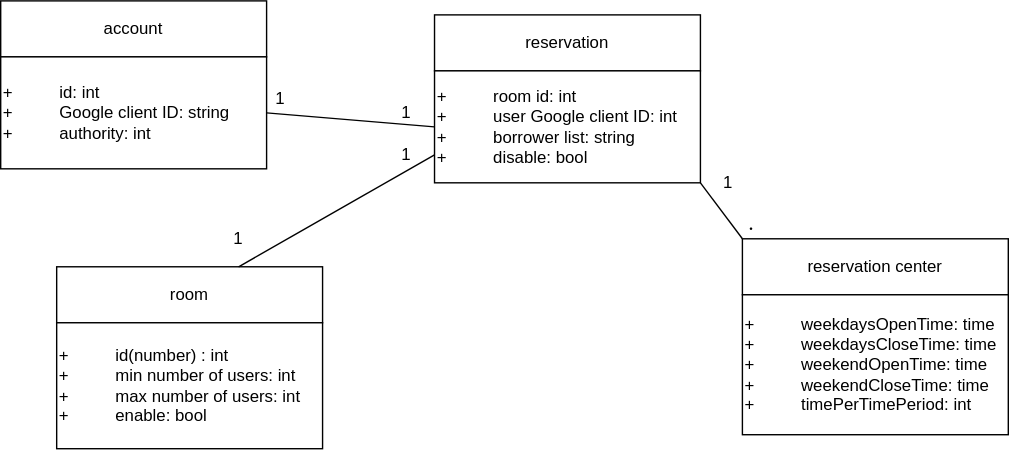
Earlier version of the draw.io export Drawio/D_9.drawio.svg (CCCpeggy/Reservatio-system). Source tidied: cells renumbered, new cells last; positions are measured from the earlier drawing's top-left corner, leaving out a move shared by most shapes. Its diagram source:
```xml
<mxGraphModel>
  <root>
    <mxCell id="0" />
    <mxCell id="1" parent="0" />
    <mxCell id="2" value="account" style="rounded=0;whiteSpace=wrap;html=1;" parent="1" vertex="1">
      <mxGeometry width="190" height="40" as="geometry" />
    </mxCell>
    <mxCell id="3" style="edgeStyle=none;rounded=0;jettySize=auto;html=1;exitX=1;exitY=0.5;exitDx=0;exitDy=0;entryX=0;entryY=0.5;entryDx=0;entryDy=0;endArrow=none;endFill=0;" parent="1" edge="1" source="4" target="10">
      <mxGeometry relative="1" as="geometry" />
    </mxCell>
    <mxCell id="4" value="+&amp;nbsp; &amp;nbsp; &amp;nbsp; &amp;nbsp; &amp;nbsp; id: int&lt;br&gt;&lt;div&gt;&lt;span&gt;+&amp;nbsp; &amp;nbsp; &amp;nbsp; &amp;nbsp; &amp;nbsp; Google client ID: string&lt;/span&gt;&lt;/div&gt;+&amp;nbsp; &amp;nbsp; &amp;nbsp; &amp;nbsp; &amp;nbsp; authority: int" style="rounded=0;whiteSpace=wrap;html=1;align=left;" parent="1" vertex="1">
      <mxGeometry y="40" width="190" height="80" as="geometry" />
    </mxCell>
    <mxCell id="5" value="room" style="rounded=0;whiteSpace=wrap;html=1;" parent="1" vertex="1">
      <mxGeometry x="40" y="190" width="190" height="40" as="geometry" />
    </mxCell>
    <mxCell id="6" value="+&amp;nbsp; &amp;nbsp; &amp;nbsp; &amp;nbsp; &amp;nbsp; id(number) : int&lt;br&gt;&lt;div&gt;&lt;span&gt;+&amp;nbsp; &amp;nbsp; &amp;nbsp; &amp;nbsp; &amp;nbsp; min number of users: int&lt;/span&gt;&lt;/div&gt;+&amp;nbsp; &amp;nbsp; &amp;nbsp; &amp;nbsp; &amp;nbsp; max number of users: int&lt;br&gt;+&amp;nbsp; &amp;nbsp; &amp;nbsp; &amp;nbsp; &amp;nbsp; enable: bool" style="rounded=0;whiteSpace=wrap;html=1;align=left;" parent="1" vertex="1">
      <mxGeometry x="40" y="230" width="190" height="90" as="geometry" />
    </mxCell>
    <mxCell id="7" value="reservation" style="rounded=0;whiteSpace=wrap;html=1;" parent="1" vertex="1">
      <mxGeometry x="310" y="10" width="190" height="40" as="geometry" />
    </mxCell>
    <mxCell id="8" style="rounded=0;jettySize=auto;html=1;exitX=1;exitY=1;exitDx=0;exitDy=0;entryX=0;entryY=0;entryDx=0;entryDy=0;endArrow=none;endFill=0;" parent="1" edge="1" source="10" target="11">
      <mxGeometry relative="1" as="geometry" />
    </mxCell>
    <mxCell id="9" style="edgeStyle=none;rounded=0;jettySize=auto;html=1;exitX=0;exitY=0.75;exitDx=0;exitDy=0;endArrow=none;endFill=0;" parent="1" edge="1" source="10" target="5">
      <mxGeometry relative="1" as="geometry" />
    </mxCell>
    <mxCell id="10" value="+&amp;nbsp; &amp;nbsp; &amp;nbsp; &amp;nbsp; &amp;nbsp; room id: int&lt;br&gt;&lt;div&gt;&lt;span&gt;+&amp;nbsp; &amp;nbsp; &amp;nbsp; &amp;nbsp; &amp;nbsp; user Google client ID: int&lt;/span&gt;&lt;/div&gt;&lt;div&gt;&lt;span&gt;+&amp;nbsp; &amp;nbsp; &amp;nbsp; &amp;nbsp; &amp;nbsp; borrower list: string&lt;/span&gt;&lt;/div&gt;&lt;div&gt;&lt;span&gt;+&amp;nbsp; &amp;nbsp; &amp;nbsp; &amp;nbsp; &amp;nbsp; disable: bool&lt;/span&gt;&lt;/div&gt;" style="rounded=0;whiteSpace=wrap;html=1;align=left;" parent="1" vertex="1">
      <mxGeometry x="310" y="50" width="190" height="80" as="geometry" />
    </mxCell>
    <mxCell id="11" value="reservation center" style="rounded=0;whiteSpace=wrap;html=1;" parent="1" vertex="1">
      <mxGeometry x="530" y="170" width="190" height="40" as="geometry" />
    </mxCell>
    <mxCell id="12" value="+&amp;nbsp; &amp;nbsp; &amp;nbsp; &amp;nbsp; &amp;nbsp; weekdaysOpenTime: time&lt;br&gt;+&amp;nbsp; &amp;nbsp; &amp;nbsp; &amp;nbsp; &amp;nbsp; weekdaysCloseTime: time&lt;br&gt;+&amp;nbsp; &amp;nbsp; &amp;nbsp; &amp;nbsp; &amp;nbsp; weekendOpenTime: time&lt;br&gt;+&amp;nbsp; &amp;nbsp; &amp;nbsp; &amp;nbsp; &amp;nbsp; weekendCloseTime: time&lt;br&gt;+&amp;nbsp; &amp;nbsp; &amp;nbsp; &amp;nbsp; &amp;nbsp; timePerTimePeriod: int" style="rounded=0;whiteSpace=wrap;html=1;align=left;" parent="1" vertex="1">
      <mxGeometry x="530" y="210" width="190" height="100" as="geometry" />
    </mxCell>
    <mxCell id="13" value="1" style="text;html=1;strokeColor=none;fillColor=none;align=center;verticalAlign=middle;whiteSpace=wrap;rounded=0;" parent="1" vertex="1">
      <mxGeometry x="180" y="60" width="40" height="20" as="geometry" />
    </mxCell>
    <mxCell id="14" value="1" style="text;html=1;strokeColor=none;fillColor=none;align=center;verticalAlign=middle;whiteSpace=wrap;rounded=0;" parent="1" vertex="1">
      <mxGeometry x="150" y="160" width="40" height="20" as="geometry" />
    </mxCell>
    <mxCell id="15" value="1" style="text;html=1;strokeColor=none;fillColor=none;align=center;verticalAlign=middle;whiteSpace=wrap;rounded=0;" parent="1" vertex="1">
      <mxGeometry x="500" y="120" width="40" height="20" as="geometry" />
    </mxCell>
    <mxCell id="16" value="．" style="text;html=1;strokeColor=none;fillColor=none;align=center;verticalAlign=middle;whiteSpace=wrap;rounded=0;" parent="1" vertex="1">
      <mxGeometry x="520" y="150" width="40" height="20" as="geometry" />
    </mxCell>
    <mxCell id="17" value="1" style="text;html=1;strokeColor=none;fillColor=none;align=center;verticalAlign=middle;whiteSpace=wrap;rounded=0;" parent="1" vertex="1">
      <mxGeometry x="270" y="100" width="40" height="20" as="geometry" />
    </mxCell>
    <mxCell id="18" value="1" style="text;html=1;strokeColor=none;fillColor=none;align=center;verticalAlign=middle;whiteSpace=wrap;rounded=0;" parent="1" vertex="1">
      <mxGeometry x="270" y="70" width="40" height="20" as="geometry" />
    </mxCell>
  </root>
</mxGraphModel>
```
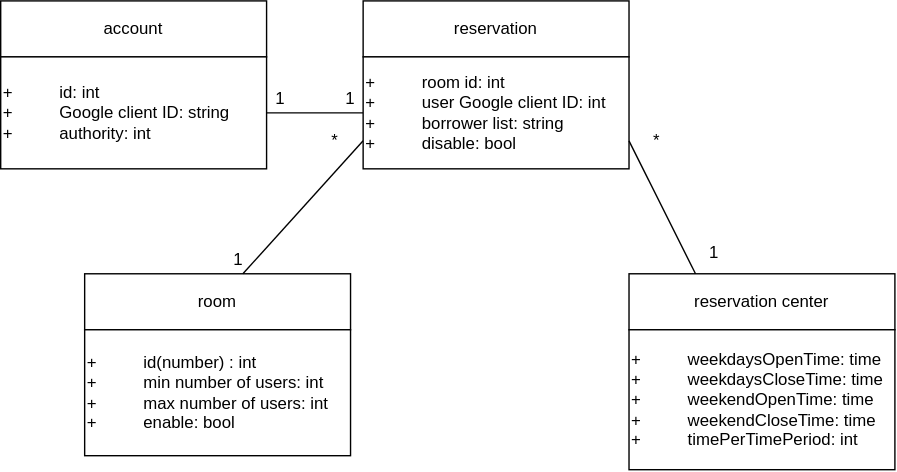
After the change.

Diff of the diagram source:
```diff
@@ -12,46 +12,46 @@
       <mxGeometry y="40" width="190" height="80" as="geometry" />
     </mxCell>
     <mxCell id="5" value="room" style="rounded=0;whiteSpace=wrap;html=1;" parent="1" vertex="1">
-      <mxGeometry x="40" y="190" width="190" height="40" as="geometry" />
+      <mxGeometry x="60" y="195" width="190" height="40" as="geometry" />
     </mxCell>
     <mxCell id="6" value="+&amp;nbsp; &amp;nbsp; &amp;nbsp; &amp;nbsp; &amp;nbsp; id(number) : int&lt;br&gt;&lt;div&gt;&lt;span&gt;+&amp;nbsp; &amp;nbsp; &amp;nbsp; &amp;nbsp; &amp;nbsp; min number of users: int&lt;/span&gt;&lt;/div&gt;+&amp;nbsp; &amp;nbsp; &amp;nbsp; &amp;nbsp; &amp;nbsp; max number of users: int&lt;br&gt;+&amp;nbsp; &amp;nbsp; &amp;nbsp; &amp;nbsp; &amp;nbsp; enable: bool" style="rounded=0;whiteSpace=wrap;html=1;align=left;" parent="1" vertex="1">
-      <mxGeometry x="40" y="230" width="190" height="90" as="geometry" />
+      <mxGeometry x="60" y="235" width="190" height="90" as="geometry" />
     </mxCell>
     <mxCell id="7" value="reservation" style="rounded=0;whiteSpace=wrap;html=1;" parent="1" vertex="1">
-      <mxGeometry x="310" y="10" width="190" height="40" as="geometry" />
+      <mxGeometry x="259" width="190" height="40" as="geometry" />
     </mxCell>
-    <mxCell id="8" style="rounded=0;jettySize=auto;html=1;exitX=1;exitY=1;exitDx=0;exitDy=0;entryX=0;entryY=0;entryDx=0;entryDy=0;endArrow=none;endFill=0;" parent="1" edge="1" source="10" target="11">
-      <mxGeometry relative="1" as="geometry" />
-    </mxCell>
     <mxCell id="9" style="edgeStyle=none;rounded=0;jettySize=auto;html=1;exitX=0;exitY=0.75;exitDx=0;exitDy=0;endArrow=none;endFill=0;" parent="1" edge="1" source="10" target="5">
       <mxGeometry relative="1" as="geometry" />
     </mxCell>
     <mxCell id="10" value="+&amp;nbsp; &amp;nbsp; &amp;nbsp; &amp;nbsp; &amp;nbsp; room id: int&lt;br&gt;&lt;div&gt;&lt;span&gt;+&amp;nbsp; &amp;nbsp; &amp;nbsp; &amp;nbsp; &amp;nbsp; user Google client ID: int&lt;/span&gt;&lt;/div&gt;&lt;div&gt;&lt;span&gt;+&amp;nbsp; &amp;nbsp; &amp;nbsp; &amp;nbsp; &amp;nbsp; borrower list: string&lt;/span&gt;&lt;/div&gt;&lt;div&gt;&lt;span&gt;+&amp;nbsp; &amp;nbsp; &amp;nbsp; &amp;nbsp; &amp;nbsp; disable: bool&lt;/span&gt;&lt;/div&gt;" style="rounded=0;whiteSpace=wrap;html=1;align=left;" parent="1" vertex="1">
-      <mxGeometry x="310" y="50" width="190" height="80" as="geometry" />
+      <mxGeometry x="259" y="40" width="190" height="80" as="geometry" />
     </mxCell>
     <mxCell id="11" value="reservation center" style="rounded=0;whiteSpace=wrap;html=1;" parent="1" vertex="1">
-      <mxGeometry x="530" y="170" width="190" height="40" as="geometry" />
+      <mxGeometry x="449" y="195" width="190" height="40" as="geometry" />
     </mxCell>
     <mxCell id="12" value="+&amp;nbsp; &amp;nbsp; &amp;nbsp; &amp;nbsp; &amp;nbsp; weekdaysOpenTime: time&lt;br&gt;+&amp;nbsp; &amp;nbsp; &amp;nbsp; &amp;nbsp; &amp;nbsp; weekdaysCloseTime: time&lt;br&gt;+&amp;nbsp; &amp;nbsp; &amp;nbsp; &amp;nbsp; &amp;nbsp; weekendOpenTime: time&lt;br&gt;+&amp;nbsp; &amp;nbsp; &amp;nbsp; &amp;nbsp; &amp;nbsp; weekendCloseTime: time&lt;br&gt;+&amp;nbsp; &amp;nbsp; &amp;nbsp; &amp;nbsp; &amp;nbsp; timePerTimePeriod: int" style="rounded=0;whiteSpace=wrap;html=1;align=left;" parent="1" vertex="1">
-      <mxGeometry x="530" y="210" width="190" height="100" as="geometry" />
+      <mxGeometry x="449" y="235" width="190" height="100" as="geometry" />
     </mxCell>
     <mxCell id="13" value="1" style="text;html=1;strokeColor=none;fillColor=none;align=center;verticalAlign=middle;whiteSpace=wrap;rounded=0;" parent="1" vertex="1">
       <mxGeometry x="180" y="60" width="40" height="20" as="geometry" />
     </mxCell>
     <mxCell id="14" value="1" style="text;html=1;strokeColor=none;fillColor=none;align=center;verticalAlign=middle;whiteSpace=wrap;rounded=0;" parent="1" vertex="1">
-      <mxGeometry x="150" y="160" width="40" height="20" as="geometry" />
+      <mxGeometry x="150" y="175" width="40" height="20" as="geometry" />
     </mxCell>
     <mxCell id="15" value="1" style="text;html=1;strokeColor=none;fillColor=none;align=center;verticalAlign=middle;whiteSpace=wrap;rounded=0;" parent="1" vertex="1">
-      <mxGeometry x="500" y="120" width="40" height="20" as="geometry" />
+      <mxGeometry x="490" y="170" width="40" height="20" as="geometry" />
     </mxCell>
-    <mxCell id="16" value="．" style="text;html=1;strokeColor=none;fillColor=none;align=center;verticalAlign=middle;whiteSpace=wrap;rounded=0;" parent="1" vertex="1">
-      <mxGeometry x="520" y="150" width="40" height="20" as="geometry" />
+    <mxCell id="16" value="*" style="text;html=1;strokeColor=none;fillColor=none;align=center;verticalAlign=middle;whiteSpace=wrap;rounded=0;" parent="1" vertex="1">
+      <mxGeometry x="449" y="90" width="40" height="20" as="geometry" />
     </mxCell>
-    <mxCell id="17" value="1" style="text;html=1;strokeColor=none;fillColor=none;align=center;verticalAlign=middle;whiteSpace=wrap;rounded=0;" parent="1" vertex="1">
-      <mxGeometry x="270" y="100" width="40" height="20" as="geometry" />
+    <mxCell id="17" value="*" style="text;html=1;strokeColor=none;fillColor=none;align=center;verticalAlign=middle;whiteSpace=wrap;rounded=0;" parent="1" vertex="1">
+      <mxGeometry x="219" y="90" width="40" height="20" as="geometry" />
     </mxCell>
     <mxCell id="18" value="1" style="text;html=1;strokeColor=none;fillColor=none;align=center;verticalAlign=middle;whiteSpace=wrap;rounded=0;" parent="1" vertex="1">
-      <mxGeometry x="270" y="70" width="40" height="20" as="geometry" />
+      <mxGeometry x="230" y="60" width="40" height="20" as="geometry" />
     </mxCell>
+    <mxCell id="8" style="endArrow=none;html=1;entryX=0.25;entryY=0;entryDx=0;entryDy=0;exitX=1;exitY=0.75;exitDx=0;exitDy=0;" parent="1" edge="1" source="10" target="11">
+      <mxGeometry relative="1" as="geometry" />
+    </mxCell>
   </root>
 </mxGraphModel>
```
